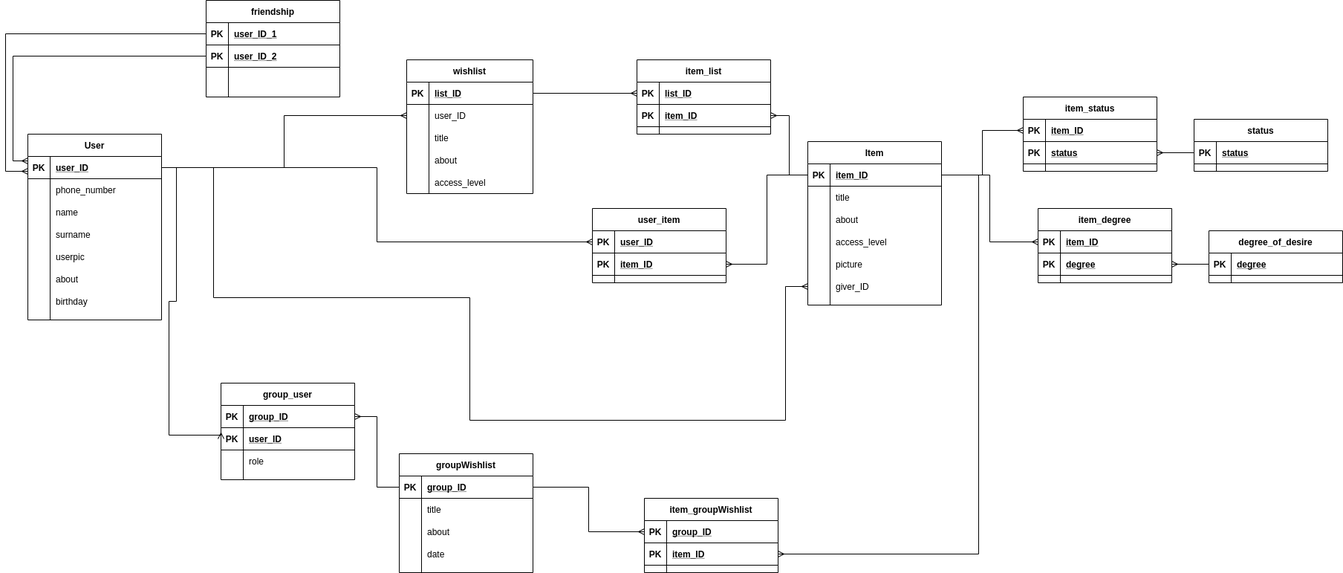
johuex/wishlist_rest keeps this draw.io diagram as DB_wishlist.png. Above is the earlier version. Source tidied: cells renumbered, new cells last; positions are measured from the earlier drawing's top-left corner, leaving out a move shared by most shapes.
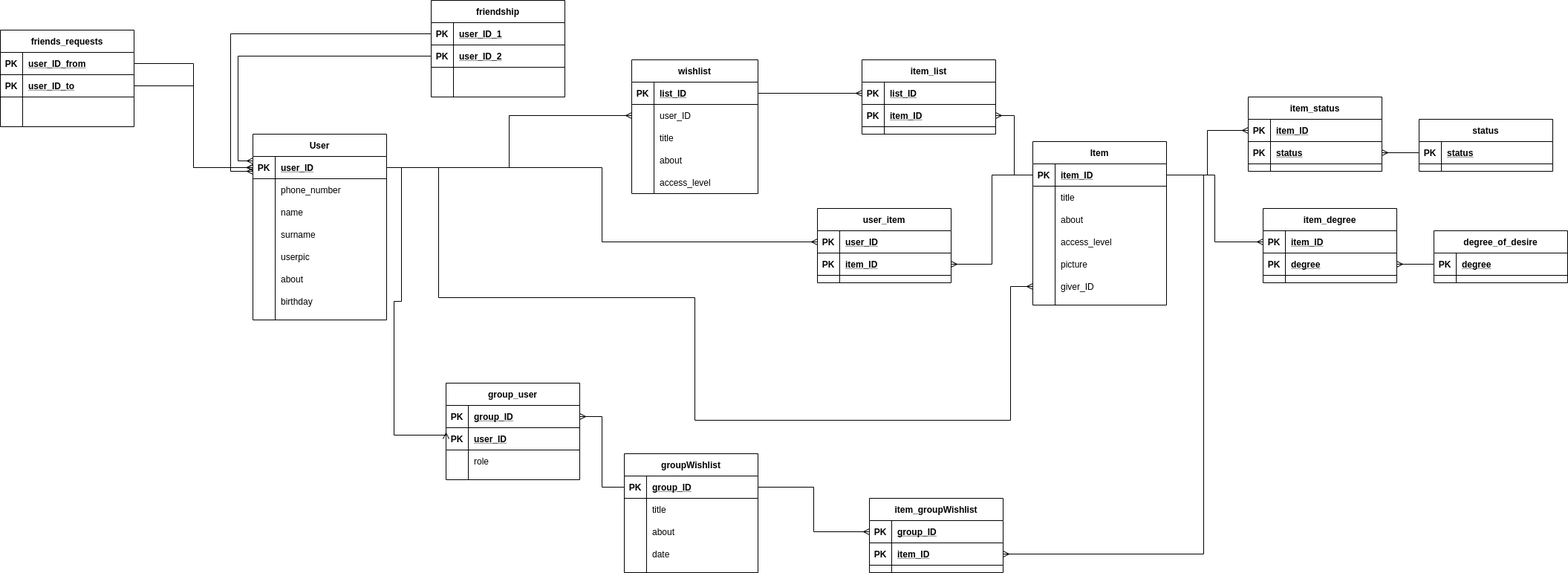
After the commit.

Commit message:
add first userpic, schema edited

Diff of the diagram source:
```diff
@@ -476,5 +476,41 @@
     <mxCell id="150" style="edgeStyle=orthogonalEdgeStyle;rounded=0;jettySize=auto;html=1;exitX=0;exitY=0.5;exitDx=0;exitDy=0;entryX=1;entryY=0.5;entryDx=0;entryDy=0;endArrow=ERmany;endFill=0;" parent="1" edge="1" source="102" target="146">
       <mxGeometry relative="1" as="geometry" />
     </mxCell>
+    <mxCell id="151" value="friends_requests" style="shape=table;startSize=30;rowLines=0;fontStyle=1;align=center;" parent="1" vertex="1">
+      <mxGeometry x="-310" y="40" width="180" height="130" as="geometry" />
+    </mxCell>
+    <mxCell id="152" style="shape=partialRectangle;fillColor=none;top=0;left=0;bottom=1;right=0;points=[[0,0.5],[1,0.5]];portConstraint=eastwest;" parent="151" vertex="1">
+      <mxGeometry y="30" width="180" height="30" as="geometry" />
+    </mxCell>
+    <mxCell id="153" value="PK" style="shape=partialRectangle;fillColor=none;top=0;left=0;bottom=0;right=0;fontStyle=1;overflow=hidden;" parent="152" vertex="1">
+      <mxGeometry width="30" height="30" as="geometry" />
+    </mxCell>
+    <mxCell id="154" value="user_ID_from" style="shape=partialRectangle;fillColor=none;top=0;left=0;bottom=0;right=0;align=left;spacingLeft=6;fontStyle=5;overflow=hidden;" parent="152" vertex="1">
+      <mxGeometry x="30" width="150" height="30" as="geometry" />
+    </mxCell>
+    <mxCell id="155" style="shape=partialRectangle;fillColor=none;top=0;left=0;bottom=1;right=0;points=[[0,0.5],[1,0.5]];portConstraint=eastwest;" parent="151" vertex="1">
+      <mxGeometry y="60" width="180" height="30" as="geometry" />
+    </mxCell>
+    <mxCell id="156" value="PK" style="shape=partialRectangle;fillColor=none;top=0;left=0;bottom=0;right=0;fontStyle=1;overflow=hidden;" parent="155" vertex="1">
+      <mxGeometry width="30" height="30" as="geometry" />
+    </mxCell>
+    <mxCell id="157" value="user_ID_to" style="shape=partialRectangle;fillColor=none;top=0;left=0;bottom=0;right=0;align=left;spacingLeft=6;fontStyle=5;overflow=hidden;" parent="155" vertex="1">
+      <mxGeometry x="30" width="150" height="30" as="geometry" />
+    </mxCell>
+    <mxCell id="158" style="shape=partialRectangle;fillColor=none;top=0;left=0;bottom=0;right=0;" parent="151" vertex="1">
+      <mxGeometry y="90" width="180" height="30" as="geometry" />
+    </mxCell>
+    <mxCell id="159" style="shape=partialRectangle;fillColor=none;top=0;left=0;bottom=0;right=0;overflow=hidden;" parent="158" vertex="1">
+      <mxGeometry width="30" height="30" as="geometry" />
+    </mxCell>
+    <mxCell id="160" style="shape=partialRectangle;fillColor=none;top=0;left=0;bottom=0;right=0;align=left;spacingLeft=6;overflow=hidden;" parent="158" vertex="1">
+      <mxGeometry x="30" width="150" height="30" as="geometry" />
+    </mxCell>
+    <mxCell id="161" style="edgeStyle=orthogonalEdgeStyle;rounded=0;jettySize=auto;html=1;exitX=1;exitY=0.5;exitDx=0;exitDy=0;entryX=0;entryY=0.5;entryDx=0;entryDy=0;endArrow=ERmany;endFill=0;" parent="1" edge="1" source="152" target="3">
+      <mxGeometry relative="1" as="geometry" />
+    </mxCell>
+    <mxCell id="162" style="edgeStyle=orthogonalEdgeStyle;rounded=0;jettySize=auto;html=1;exitX=1;exitY=0.5;exitDx=0;exitDy=0;entryX=0;entryY=0.5;entryDx=0;entryDy=0;endArrow=ERmany;endFill=0;" parent="1" edge="1" source="155" target="3">
+      <mxGeometry relative="1" as="geometry" />
+    </mxCell>
   </root>
 </mxGraphModel>
```
